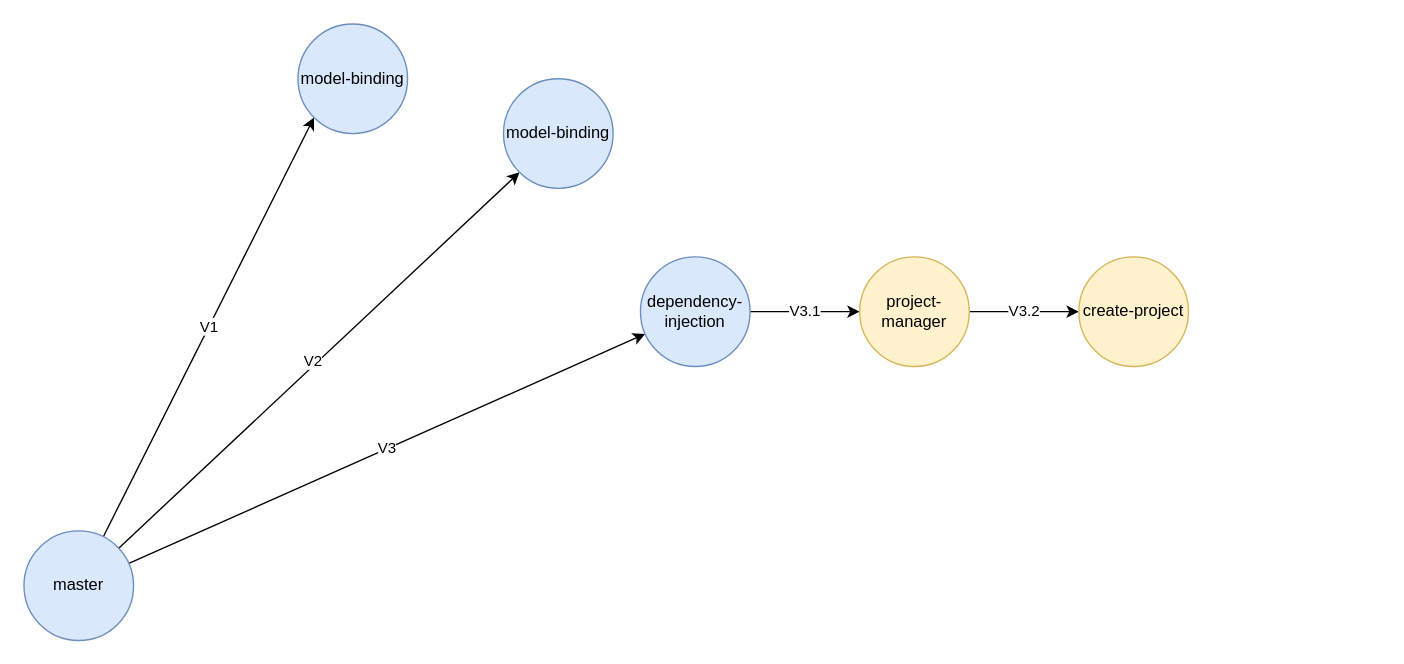
Above: PIS.drawio in zcomert/project-information-system (draw.io), before the change. Source tidied: cells renumbered, new cells numbered last; positions are measured from the earlier drawing's top-left corner, leaving out a move shared by most shapes. Both pictures are drawn from the tidied source at 137%, with x=0, y=0 at pixel (23, 23).
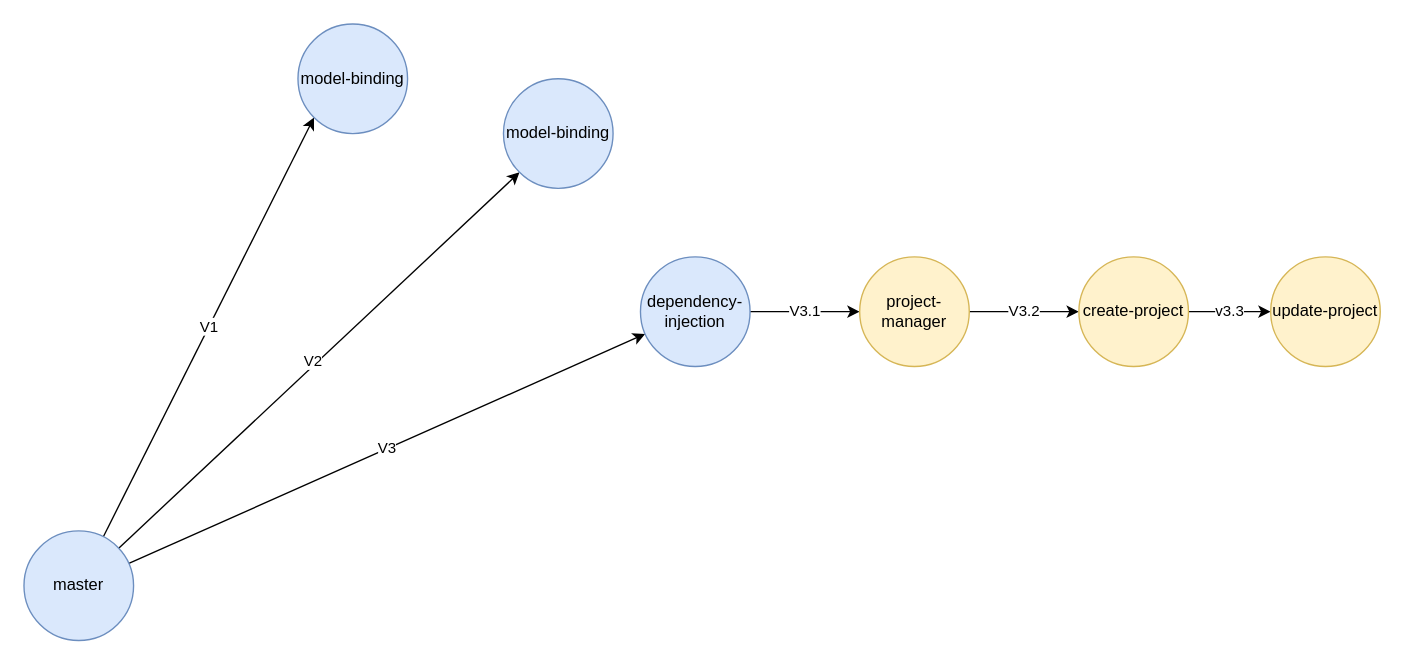
After the change.

Change to the diagram source:
```diff
@@
 <mxGraphModel>
   <root>
     <mxCell id="0" />
     <mxCell id="1" parent="0" />
     <mxCell id="2" value="V1" style="rounded=0;jettySize=auto;html=1;entryX=0;entryY=1;entryDx=0;entryDy=0;" parent="1" edge="1" source="6" target="7">
       <mxGeometry relative="1" as="geometry" />
     </mxCell>
     <mxCell id="3" style="rounded=0;jettySize=auto;html=1;entryX=0;entryY=1;entryDx=0;entryDy=0;" parent="1" edge="1" source="6" target="8">
       <mxGeometry relative="1" as="geometry" />
     </mxCell>
     <mxCell id="4" value="V2" style="edgeLabel;html=1;align=center;verticalAlign=middle;" parent="3" vertex="1">
       <mxGeometry x="-0.02" y="3" relative="1" as="geometry" />
     </mxCell>
     <mxCell id="5" value="V3" style="rounded=0;jettySize=auto;html=1;" parent="1" edge="1" source="6" target="10">
       <mxGeometry relative="1" as="geometry" />
     </mxCell>
     <mxCell id="6" value="master" style="ellipse;whiteSpace=wrap;html=1;fillColor=#dae8fc;strokeColor=#6c8ebf;" parent="1" vertex="1">
       <mxGeometry y="370" width="80" height="80" as="geometry" />
     </mxCell>
     <mxCell id="7" value="model-binding" style="ellipse;whiteSpace=wrap;html=1;fillColor=#dae8fc;strokeColor=#6c8ebf;" parent="1" vertex="1">
       <mxGeometry x="200" width="80" height="80" as="geometry" />
     </mxCell>
     <mxCell id="8" value="model-binding" style="ellipse;whiteSpace=wrap;html=1;fillColor=#dae8fc;strokeColor=#6c8ebf;" parent="1" vertex="1">
       <mxGeometry x="350" y="40" width="80" height="80" as="geometry" />
     </mxCell>
     <mxCell id="9" value="V3.1" style="edgeStyle=orthogonalEdgeStyle;rounded=0;jettySize=auto;html=1;entryX=0;entryY=0.5;entryDx=0;entryDy=0;" parent="1" edge="1" source="10" target="12">
       <mxGeometry relative="1" as="geometry" />
     </mxCell>
     <mxCell id="10" value="dependency-injection" style="ellipse;whiteSpace=wrap;html=1;fillColor=#dae8fc;strokeColor=#6c8ebf;" parent="1" vertex="1">
       <mxGeometry x="450" y="170" width="80" height="80" as="geometry" />
     </mxCell>
     <mxCell id="11" value="V3.2" style="edgeStyle=orthogonalEdgeStyle;rounded=0;jettySize=auto;html=1;" parent="1" edge="1" source="12" target="13">
       <mxGeometry relative="1" as="geometry" />
     </mxCell>
     <mxCell id="12" value="project-manager" style="ellipse;whiteSpace=wrap;html=1;fillColor=#fff2cc;strokeColor=#d6b656;" parent="1" vertex="1">
       <mxGeometry x="610" y="170" width="80" height="80" as="geometry" />
     </mxCell>
+    <mxCell id="14" value="v3.3" style="edgeStyle=orthogonalEdgeStyle;rounded=0;jettySize=auto;html=1;entryX=0;entryY=0.5;entryDx=0;entryDy=0;" parent="1" edge="1" source="13" target="15">
+      <mxGeometry relative="1" as="geometry" />
+    </mxCell>
     <mxCell id="13" value="create-project" style="ellipse;whiteSpace=wrap;html=1;fillColor=#fff2cc;strokeColor=#d6b656;" parent="1" vertex="1">
       <mxGeometry x="770" y="170" width="80" height="80" as="geometry" />
     </mxCell>
+    <mxCell id="15" value="update-project" style="ellipse;whiteSpace=wrap;html=1;fillColor=#fff2cc;strokeColor=#d6b656;" parent="1" vertex="1">
+      <mxGeometry x="910" y="170" width="80" height="80" as="geometry" />
+    </mxCell>
   </root>
 </mxGraphModel>
```
